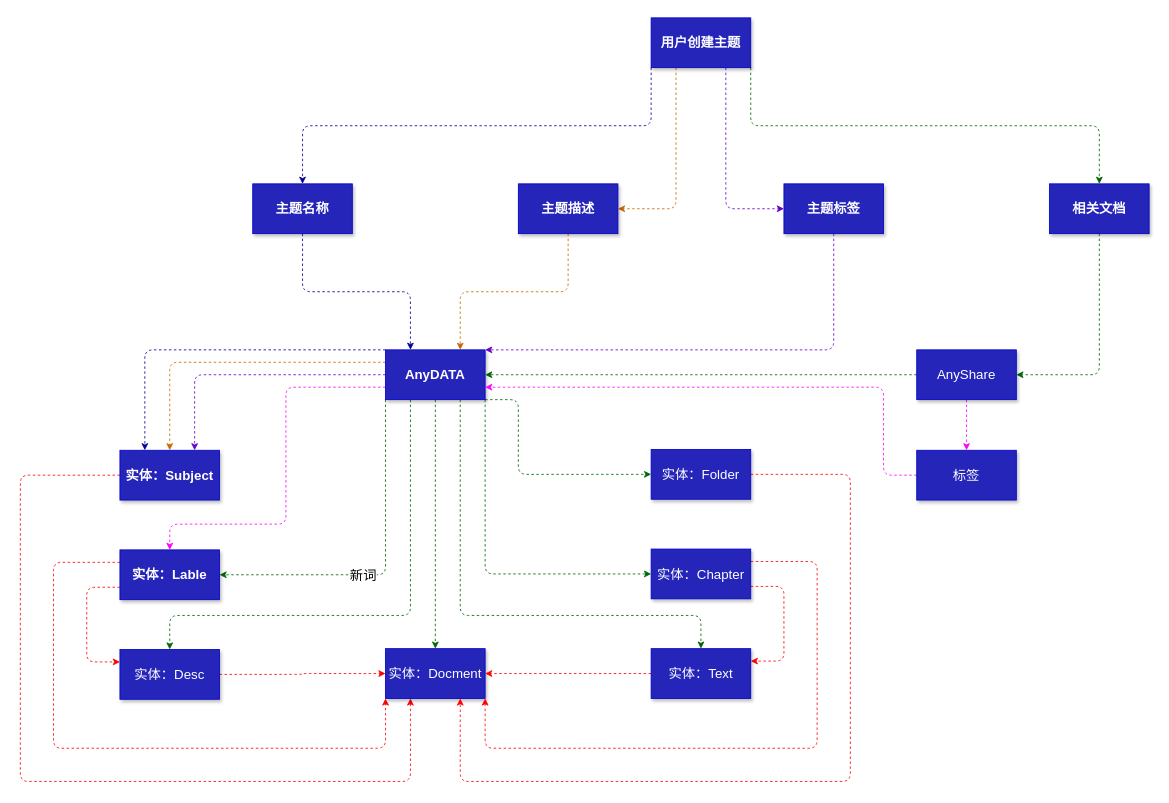
Earlier version of the draw.io diagram Knowedge  Subgect.drawio (Musk-Mxy/Mxy). Source tidied: cells renumbered, new cells numbered last; positions are measured from the earlier drawing's top-left corner, leaving out a move shared by most shapes. Both pictures are drawn from the tidied source at 83%, with x=0, y=0 at pixel (20, 17).
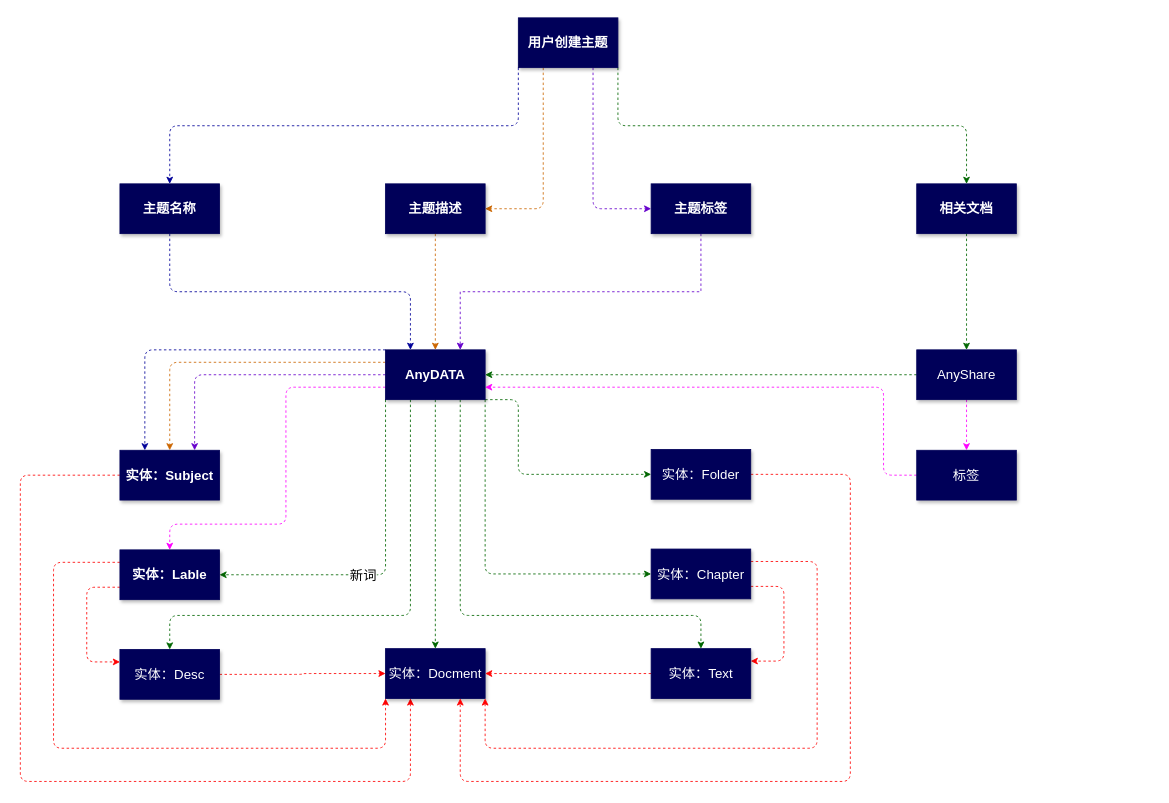
Above is the later version.

Change to the diagram source:
```diff
@@
-    <mxCell id="6" value="&lt;font color=&quot;#ffffff&quot; size=&quot;1&quot;&gt;&lt;b style=&quot;font-size: 16px&quot;&gt;用户创建主题&lt;/b&gt;&lt;/font&gt;" style="rounded=0;whiteSpace=wrap;html=1;fillColor=#2525BA;strokeColor=#0000CC;glass=0;shadow=1;sketch=0;" parent="1" vertex="1">
-      <mxGeometry x="760" width="120" height="60" as="geometry" />
+    <mxCell id="6" value="&lt;font color=&quot;#ffffff&quot; size=&quot;1&quot;&gt;&lt;b style=&quot;font-size: 16px&quot;&gt;用户创建主题&lt;/b&gt;&lt;/font&gt;" style="rounded=0;whiteSpace=wrap;html=1;fillColor=#000059;strokeColor=#000059;glass=0;shadow=1;sketch=0;" parent="1" vertex="1">
+      <mxGeometry x="600" width="120" height="60" as="geometry" />
     </mxCell>
@@
-    <mxCell id="8" value="&lt;font color=&quot;#ffffff&quot;&gt;&lt;span style=&quot;font-size: 16px&quot;&gt;&lt;b&gt;主题名称&lt;/b&gt;&lt;/span&gt;&lt;/font&gt;" style="rounded=0;whiteSpace=wrap;html=1;fillColor=#2525BA;strokeColor=#0000CC;glass=0;shadow=1;sketch=0;" parent="1" vertex="1">
-      <mxGeometry x="280" y="200" width="120" height="60" as="geometry" />
+    <mxCell id="8" value="&lt;font color=&quot;#ffffff&quot;&gt;&lt;span style=&quot;font-size: 16px&quot;&gt;&lt;b&gt;主题名称&lt;/b&gt;&lt;/span&gt;&lt;/font&gt;" style="rounded=0;whiteSpace=wrap;html=1;fillColor=#000059;strokeColor=#000059;glass=0;shadow=1;sketch=0;" parent="1" vertex="1">
+      <mxGeometry x="120" y="200" width="120" height="60" as="geometry" />
     </mxCell>
-    <mxCell id="9" style="edgeStyle=orthogonalEdgeStyle;rounded=1;jettySize=auto;html=1;exitX=0.5;exitY=1;exitDx=0;exitDy=0;entryX=1;entryY=0;entryDx=0;entryDy=0;dashed=1;fontSize=16;fontColor=#000000;endSize=6;strokeColor=#6600CC;strokeWidth=1;" parent="1" edge="1" source="10" target="26">
-      <mxGeometry relative="1" as="geometry">
-        <Array as="points">
-          <mxPoint x="980" y="400" />
-        </Array>
-      </mxGeometry>
+    <mxCell id="9" style="edgeStyle=orthogonalEdgeStyle;rounded=0;jettySize=auto;html=1;exitX=0.5;exitY=1;exitDx=0;exitDy=0;entryX=0.75;entryY=0;entryDx=0;entryDy=0;dashed=1;strokeColor=#6600CC;" parent="1" edge="1" source="10" target="26">
+      <mxGeometry relative="1" as="geometry" />
     </mxCell>
-    <mxCell id="10" value="&lt;font color=&quot;#ffffff&quot;&gt;&lt;span style=&quot;font-size: 16px&quot;&gt;&lt;b&gt;主题标签&lt;/b&gt;&lt;/span&gt;&lt;/font&gt;" style="rounded=0;whiteSpace=wrap;html=1;fillColor=#2525BA;strokeColor=#0000CC;glass=0;shadow=1;sketch=0;" parent="1" vertex="1">
-      <mxGeometry x="920" y="200" width="120" height="60" as="geometry" />
+    <mxCell id="10" value="&lt;font color=&quot;#ffffff&quot;&gt;&lt;span style=&quot;font-size: 16px&quot;&gt;&lt;b&gt;主题标签&lt;/b&gt;&lt;/span&gt;&lt;/font&gt;" style="rounded=0;whiteSpace=wrap;html=1;fillColor=#000059;strokeColor=#000059;glass=0;shadow=1;sketch=0;" parent="1" vertex="1">
+      <mxGeometry x="760" y="200" width="120" height="60" as="geometry" />
     </mxCell>
-    <mxCell id="11" style="edgeStyle=orthogonalEdgeStyle;rounded=1;jettySize=auto;html=1;exitX=0.5;exitY=1;exitDx=0;exitDy=0;entryX=0.75;entryY=0;entryDx=0;entryDy=0;dashed=1;fontSize=16;fontColor=#FF0000;strokeColor=#CC6600;" parent="1" edge="1" source="12" target="26">
+    <mxCell id="11" style="edgeStyle=orthogonalEdgeStyle;rounded=0;jettySize=auto;html=1;exitX=0.5;exitY=1;exitDx=0;exitDy=0;entryX=0.5;entryY=0;entryDx=0;entryDy=0;dashed=1;strokeColor=#CC6600;" parent="1" edge="1" source="12" target="26">
       <mxGeometry relative="1" as="geometry" />
     </mxCell>
-    <mxCell id="12" value="&lt;font color=&quot;#ffffff&quot;&gt;&lt;span style=&quot;font-size: 16px&quot;&gt;&lt;b&gt;主题描述&lt;/b&gt;&lt;/span&gt;&lt;/font&gt;" style="rounded=0;whiteSpace=wrap;html=1;fillColor=#2525BA;strokeColor=#0000CC;glass=0;shadow=1;sketch=0;" parent="1" vertex="1">
-      <mxGeometry x="600" y="200" width="120" height="60" as="geometry" />
+    <mxCell id="12" value="&lt;font color=&quot;#ffffff&quot;&gt;&lt;span style=&quot;font-size: 16px&quot;&gt;&lt;b&gt;主题描述&lt;/b&gt;&lt;/span&gt;&lt;/font&gt;" style="rounded=0;whiteSpace=wrap;html=1;fillColor=#000059;strokeColor=#000059;glass=0;shadow=1;sketch=0;" parent="1" vertex="1">
+      <mxGeometry x="440" y="200" width="120" height="60" as="geometry" />
     </mxCell>
-    <mxCell id="13" style="edgeStyle=orthogonalEdgeStyle;rounded=1;jettySize=auto;html=1;exitX=0.5;exitY=1;exitDx=0;exitDy=0;entryX=1;entryY=0.5;entryDx=0;entryDy=0;dashed=1;fontSize=16;fontColor=#FFFFFF;endSize=6;strokeColor=#006600;strokeWidth=1;" parent="1" edge="1" source="14" target="34">
+    <mxCell id="13" style="edgeStyle=orthogonalEdgeStyle;rounded=0;jettySize=auto;html=1;exitX=0.5;exitY=1;exitDx=0;exitDy=0;entryX=0.5;entryY=0;entryDx=0;entryDy=0;dashed=1;strokeColor=#006600;" parent="1" edge="1" source="14" target="34">
       <mxGeometry relative="1" as="geometry" />
     </mxCell>
-    <mxCell id="14" value="&lt;b&gt;相关文档&lt;/b&gt;" style="rounded=0;whiteSpace=wrap;html=1;fontSize=16;fontColor=#FFFFFF;strokeColor=#0000CC;fillColor=#2525BA;glass=0;shadow=1;sketch=0;" parent="1" vertex="1">
-      <mxGeometry x="1240" y="200" width="120" height="60" as="geometry" />
+    <mxCell id="14" value="&lt;b&gt;相关文档&lt;/b&gt;" style="rounded=0;whiteSpace=wrap;html=1;fontSize=16;fontColor=#FFFFFF;strokeColor=#000059;fillColor=#000059;glass=0;shadow=1;sketch=0;" parent="1" vertex="1">
+      <mxGeometry x="1080" y="200" width="120" height="60" as="geometry" />
     </mxCell>
@@
-    <mxCell id="26" value="&lt;b&gt;AnyDATA&lt;/b&gt;" style="rounded=0;whiteSpace=wrap;html=1;fontSize=16;fontColor=#FFFFFF;strokeColor=#0000CC;fillColor=#2525BA;glass=0;shadow=1;sketch=0;" parent="1" vertex="1">
+    <mxCell id="26" value="&lt;b&gt;AnyDATA&lt;/b&gt;" style="rounded=0;whiteSpace=wrap;html=1;fontSize=16;fontColor=#FFFFFF;strokeColor=#000059;fillColor=#000059;glass=0;shadow=1;sketch=0;" parent="1" vertex="1">
       <mxGeometry x="440" y="400" width="120" height="60" as="geometry" />
     </mxCell>
@@
-    <mxCell id="28" value="&lt;b&gt;实体：Subject&lt;/b&gt;" style="rounded=0;whiteSpace=wrap;html=1;fontSize=16;fontColor=#FFFFFF;strokeColor=#0000CC;fillColor=#2525BA;shadow=1;" parent="1" vertex="1">
+    <mxCell id="28" value="&lt;b&gt;实体：Subject&lt;/b&gt;" style="rounded=0;whiteSpace=wrap;html=1;fontSize=16;fontColor=#FFFFFF;strokeColor=#000059;fillColor=#000059;shadow=1;" parent="1" vertex="1">
       <mxGeometry x="120" y="521" width="120" height="60" as="geometry" />
     </mxCell>
@@
-    <mxCell id="31" value="&lt;b&gt;实体：Lable&lt;/b&gt;" style="rounded=0;whiteSpace=wrap;html=1;fontSize=16;fontColor=#FFFFFF;strokeColor=#0000CC;fillColor=#2525BA;glass=0;shadow=1;sketch=0;" parent="1" vertex="1">
+    <mxCell id="31" value="&lt;b&gt;实体：Lable&lt;/b&gt;" style="rounded=0;whiteSpace=wrap;html=1;fontSize=16;fontColor=#FFFFFF;strokeColor=#000059;fillColor=#000059;glass=0;shadow=1;sketch=0;" parent="1" vertex="1">
       <mxGeometry x="120" y="641" width="120" height="60" as="geometry" />
     </mxCell>
@@
-    <mxCell id="34" value="AnyShare" style="rounded=0;whiteSpace=wrap;html=1;fontSize=16;fontColor=#FFFFFF;strokeColor=#0000CC;fillColor=#2525BA;glass=0;shadow=1;sketch=0;" parent="1" vertex="1">
+    <mxCell id="34" value="AnyShare" style="rounded=0;whiteSpace=wrap;html=1;fontSize=16;fontColor=#FFFFFF;strokeColor=#000059;fillColor=#000059;glass=0;shadow=1;sketch=0;" parent="1" vertex="1">
       <mxGeometry x="1080" y="400" width="120" height="60" as="geometry" />
     </mxCell>
@@
-    <mxCell id="36" value="标签" style="rounded=0;whiteSpace=wrap;html=1;fontSize=16;fontColor=#FFFFFF;strokeColor=#0000CC;fillColor=#2525BA;glass=0;shadow=1;sketch=0;" parent="1" vertex="1">
+    <mxCell id="36" value="标签" style="rounded=0;whiteSpace=wrap;html=1;fontSize=16;fontColor=#FFFFFF;strokeColor=#000059;fillColor=#000059;glass=0;shadow=1;sketch=0;" parent="1" vertex="1">
       <mxGeometry x="1080" y="521" width="120" height="60" as="geometry" />
     </mxCell>
-    <mxCell id="37" value="实体：Docment" style="rounded=0;whiteSpace=wrap;html=1;fontSize=16;fontColor=#FFFFFF;strokeColor=#0000CC;fillColor=#2525BA;glass=0;shadow=1;sketch=0;" parent="1" vertex="1">
+    <mxCell id="37" value="实体：Docment" style="rounded=0;whiteSpace=wrap;html=1;fontSize=16;fontColor=#FFFFFF;strokeColor=#000059;fillColor=#000059;glass=0;shadow=1;sketch=0;" parent="1" vertex="1">
       <mxGeometry x="440" y="760" width="120" height="60" as="geometry" />
     </mxCell>
@@
-    <mxCell id="40" value="实体：Chapter" style="rounded=0;whiteSpace=wrap;html=1;fontSize=16;fontColor=#FFFFFF;strokeColor=#0000CC;fillColor=#2525BA;glass=0;shadow=1;sketch=0;" parent="1" vertex="1">
+    <mxCell id="40" value="实体：Chapter" style="rounded=0;whiteSpace=wrap;html=1;fontSize=16;fontColor=#FFFFFF;strokeColor=#000059;fillColor=#000059;glass=0;shadow=1;sketch=0;" parent="1" vertex="1">
       <mxGeometry x="760" y="640" width="120" height="60" as="geometry" />
     </mxCell>
@@
-    <mxCell id="42" value="实体：Text" style="rounded=0;whiteSpace=wrap;html=1;fontSize=16;fontColor=#FFFFFF;strokeColor=#0000CC;fillColor=#2525BA;glass=0;shadow=1;sketch=0;" parent="1" vertex="1">
+    <mxCell id="42" value="实体：Text" style="rounded=0;whiteSpace=wrap;html=1;fontSize=16;fontColor=#FFFFFF;strokeColor=#000059;fillColor=#000059;glass=0;shadow=1;sketch=0;" parent="1" vertex="1">
       <mxGeometry x="760" y="760" width="120" height="60" as="geometry" />
     </mxCell>
@@
-    <mxCell id="44" value="实体：Desc" style="rounded=0;whiteSpace=wrap;html=1;fontSize=16;fontColor=#FFFFFF;strokeColor=#0000CC;fillColor=#2525BA;glass=0;shadow=1;sketch=0;" parent="1" vertex="1">
+    <mxCell id="44" value="实体：Desc" style="rounded=0;whiteSpace=wrap;html=1;fontSize=16;fontColor=#FFFFFF;strokeColor=#000059;fillColor=#000059;glass=0;shadow=1;sketch=0;" parent="1" vertex="1">
       <mxGeometry x="120" y="761" width="120" height="60" as="geometry" />
     </mxCell>
@@
-    <mxCell id="46" value="实体：Folder" style="rounded=0;whiteSpace=wrap;html=1;fontSize=16;fontColor=#FFFFFF;strokeColor=#0000CC;fillColor=#2525BA;glass=0;shadow=1;sketch=0;" parent="1" vertex="1">
+    <mxCell id="46" value="实体：Folder" style="rounded=0;whiteSpace=wrap;html=1;fontSize=16;fontColor=#FFFFFF;strokeColor=#000059;fillColor=#000059;glass=0;shadow=1;sketch=0;" parent="1" vertex="1">
       <mxGeometry x="760" y="520" width="120" height="60" as="geometry" />
     </mxCell>
```
